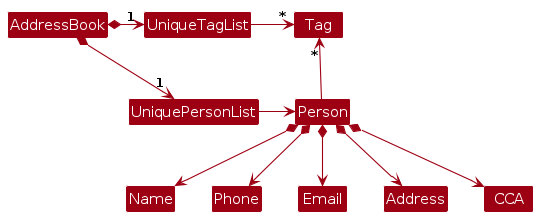
Earlier version of the PlantUML export diagrams/BetterModelClassDiagram.png (AY2324S2-CS2103T-W11-2/tp). Its source is kept beside it as diagrams/BetterModelClassDiagram.puml. The source it was exported from:
```plantuml
@startuml
!include style.puml
skinparam arrowThickness 1.1
skinparam arrowColor MODEL_COLOR
skinparam classBackgroundColor MODEL_COLOR

AddressBook *-right-> "1" UniquePersonList
AddressBook *-right-> "1" UniqueTagList
UniqueTagList -[hidden]down- UniquePersonList
UniqueTagList -[hidden]down- UniquePersonList

UniqueTagList -right-> "*" Tag
UniquePersonList -right-> Person

Person -up-> "*" Tag

Person *--> Name
Person *--> Phone
Person *--> Email
Person *--> Address
Person *--> CCA
@enduml
```
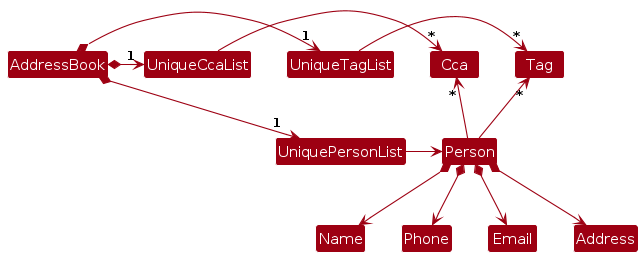
The same file after the commit.

Diff of the diagram source:
```diff
@@ -6,17 +6,19 @@
 
 AddressBook *-right-> "1" UniquePersonList
 AddressBook *-right-> "1" UniqueTagList
+AddressBook *-right-> "1" UniqueCcaList
 UniqueTagList -[hidden]down- UniquePersonList
 UniqueTagList -[hidden]down- UniquePersonList
 
 UniqueTagList -right-> "*" Tag
+UniqueCcaList -right-> "*" Cca
 UniquePersonList -right-> Person
 
 Person -up-> "*" Tag
+Person -up-> "*" Cca
 
 Person *--> Name
 Person *--> Phone
 Person *--> Email
 Person *--> Address
-Person *--> CCA
 @enduml
```
